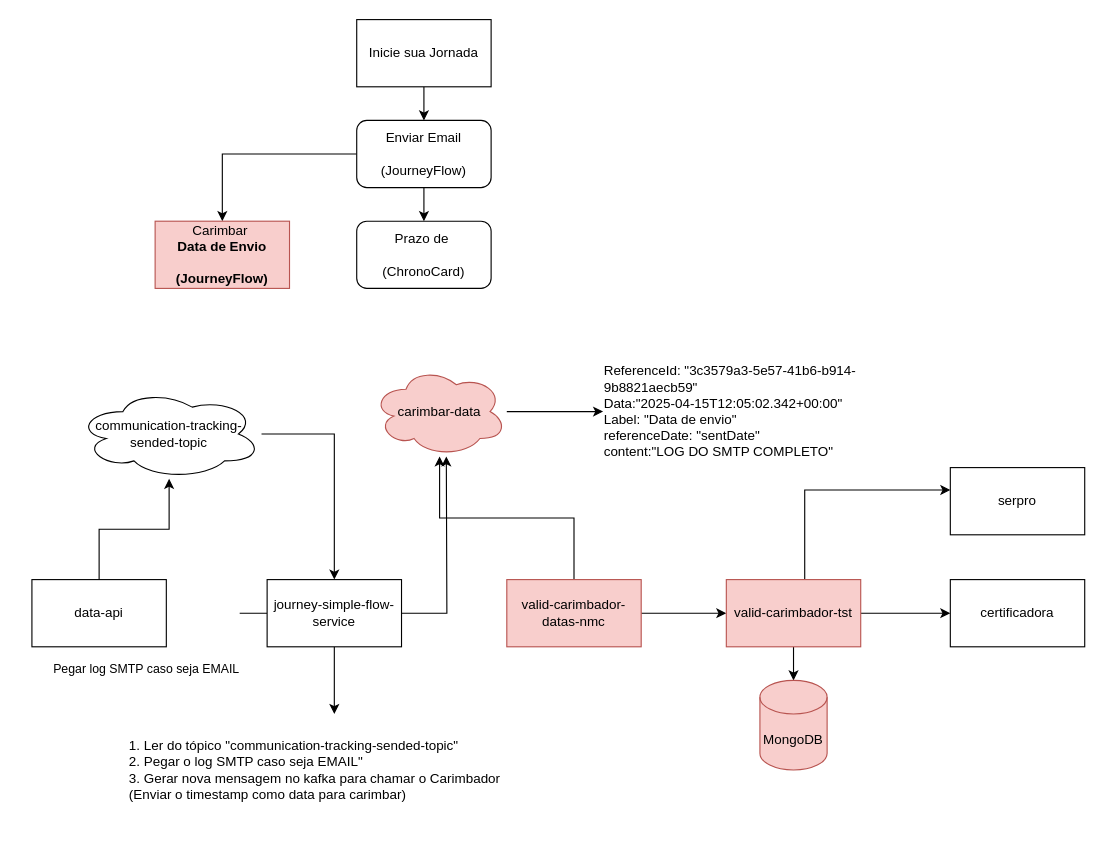
The draw.io diagram page "Desenho Jornada Carimbo Envio de Email com Back" (2 of 4) of Diagrama Journey.drawio in caio-bueno/draws-valid, before the edit. Source tidied: cells renumbered, new cells numbered last; positions are measured from the earlier drawing's top-left corner, leaving out a move shared by most shapes. Both pictures are drawn from the tidied source at 112%, with x=0, y=0 at pixel (31, 19).
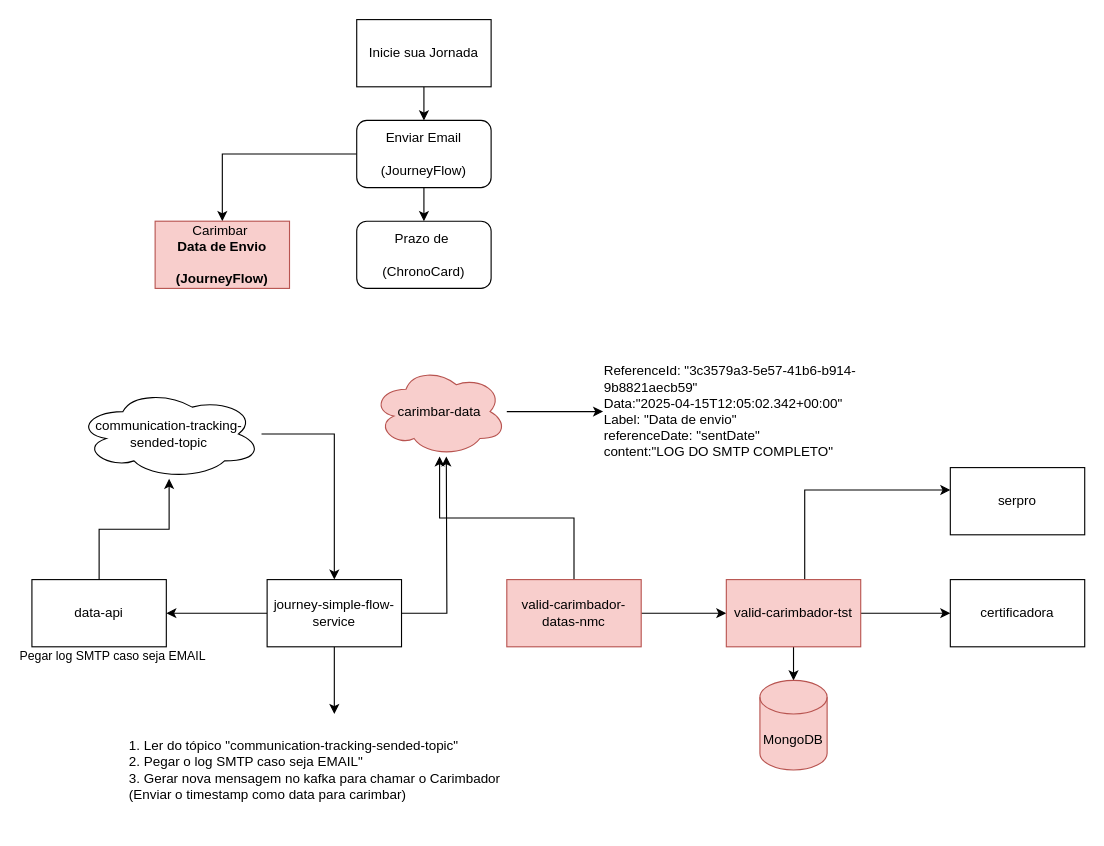
The same page after the edit.

Unchanged cells that the change refers to:
```xml
<mxCell id="12" style="edgeStyle=orthogonalEdgeStyle;rounded=0;jettySize=auto;html=1;" parent="1" edge="1" source="14" target="16">
  <mxGeometry relative="1" as="geometry" />
</mxCell>
```

Diff of the diagram source:
```diff
@@
-    <mxCell id="13" value="&lt;div&gt;&lt;br&gt;&lt;/div&gt;&lt;div&gt;&lt;br&gt;&lt;/div&gt;&lt;div&gt;&lt;br&gt;&lt;/div&gt;&lt;div&gt;&lt;br&gt;&lt;/div&gt;&lt;div&gt;&lt;br&gt;&lt;/div&gt;&lt;div&gt;&lt;br&gt;&lt;/div&gt;Pegar log SMTP caso seja EMAIL" style="edgeLabel;html=1;align=center;verticalAlign=middle;" parent="12" vertex="1">
+    <mxCell id="13" value="&lt;div&gt;&lt;br&gt;&lt;/div&gt;Pegar log SMTP caso seja EMAIL" style="edgeLabel;html=1;align=center;verticalAlign=middle;" parent="12" vertex="1">
       <mxGeometry x="-0.19" relative="1" as="geometry">
-        <mxPoint x="-73" y="10" as="offset" />
+        <mxPoint x="-103" y="30" as="offset" />
       </mxGeometry>
     </mxCell>
```
